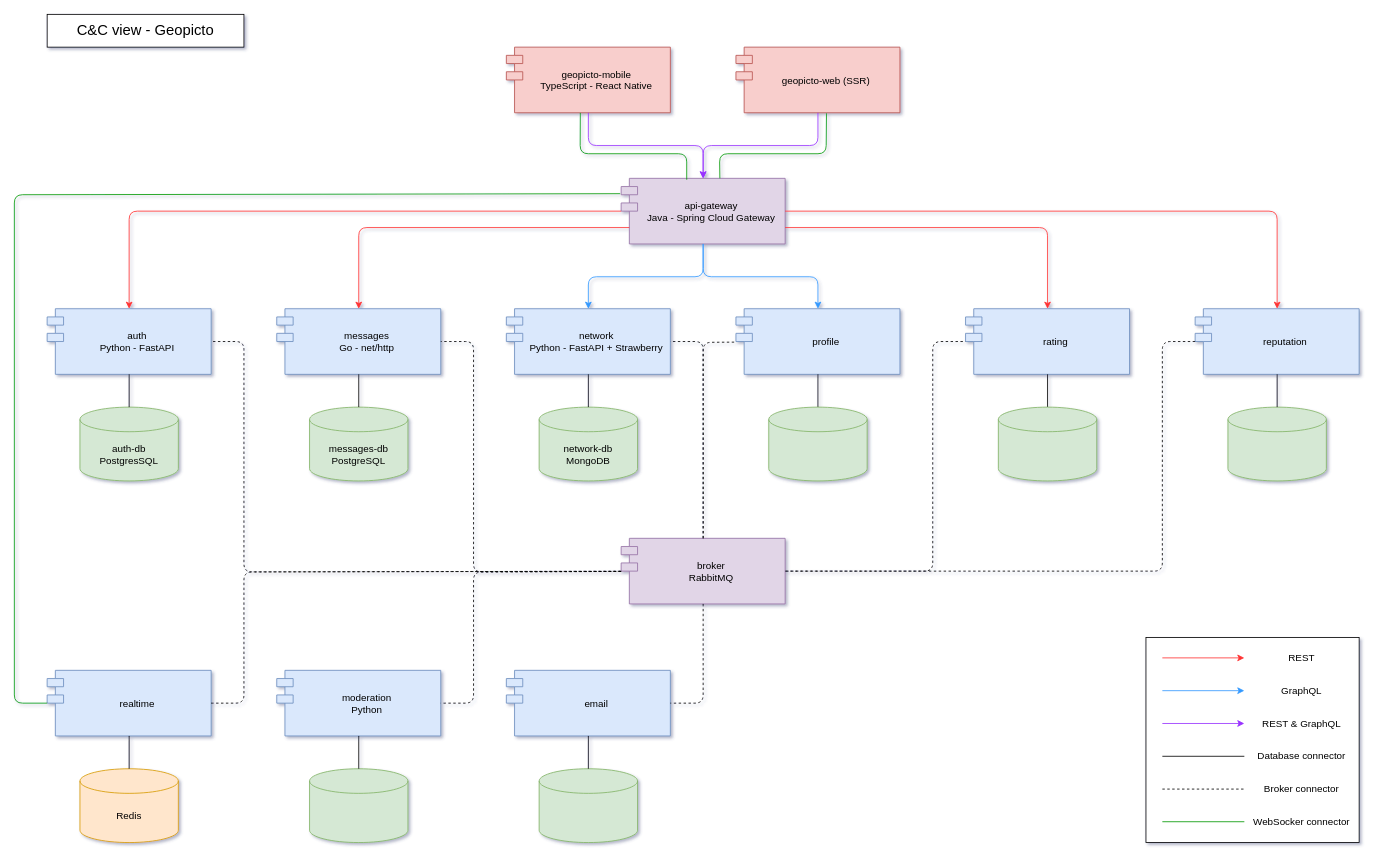
jumedinaca/swarch-project keeps this draw.io diagram as docs/diagrams/editables/C&C view.drawio. Above is the earlier version. Source tidied: cells renumbered, new cells numbered last; positions are measured from the earlier drawing's top-left corner, leaving out a move shared by most shapes. Both pictures are drawn from the tidied source at 82%, with x=0, y=0 at pixel (14, 14).
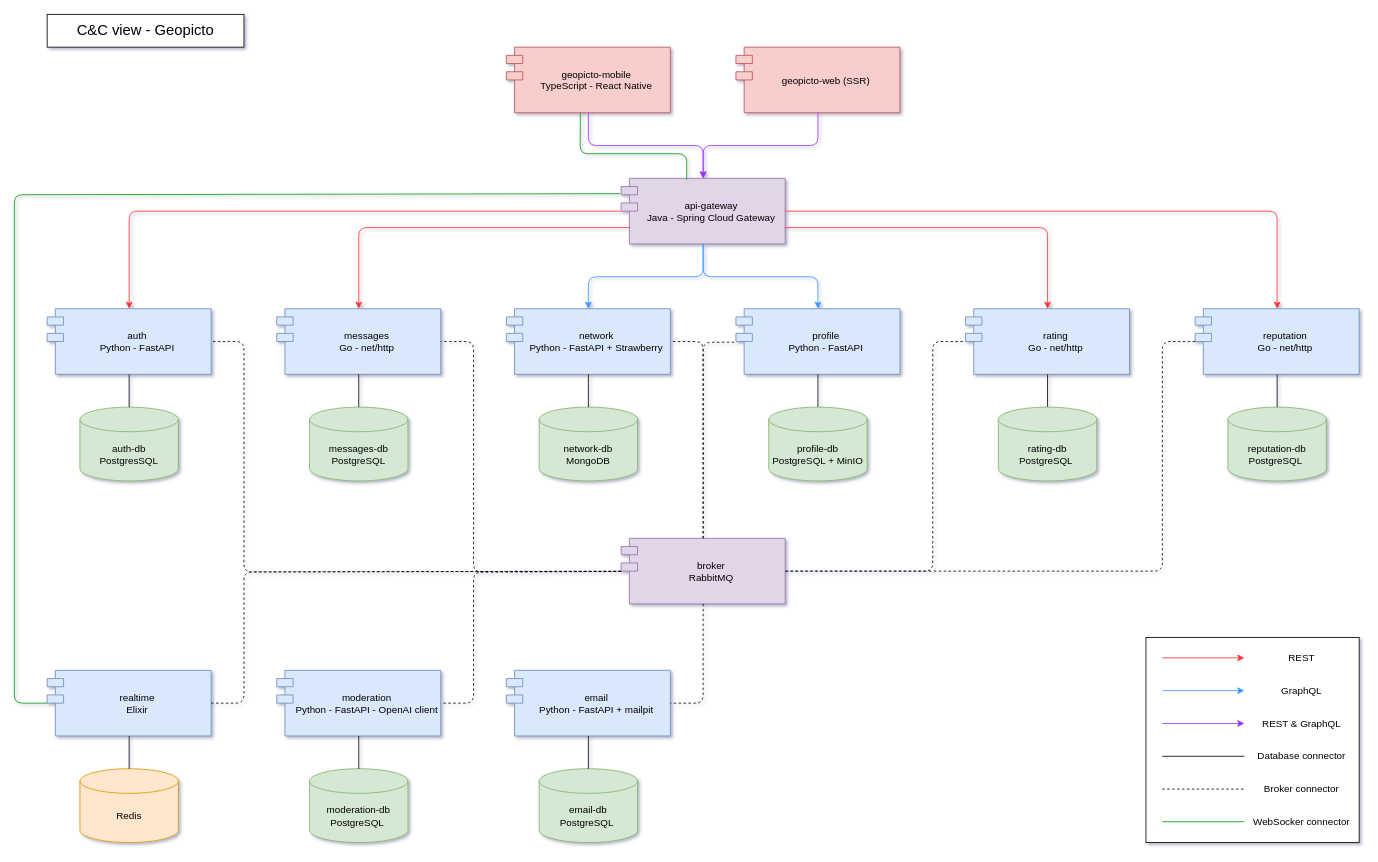
After the change.

The change refers to these unchanged cells:
```xml
<mxCell id="4" value="api-gateway&#10;Java - Spring Cloud Gateway" style="shape=module;align=left;spacingLeft=20;align=center;verticalAlign=middle;strokeWidth=1;fillColor=#e1d5e7;strokeColor=#9673a6;fillStyle=auto;" parent="1" vertex="1">
  <mxGeometry x="740" y="200" width="200" height="80" as="geometry" />
</mxCell>
<mxCell id="23" value="geopicto-web (SSR)" style="shape=module;align=left;spacingLeft=20;align=center;verticalAlign=middle;strokeWidth=1;fillColor=#f8cecc;strokeColor=#b85450;" parent="1" vertex="1">
  <mxGeometry x="880" y="40" width="200" height="80" as="geometry" />
</mxCell>
```

What changed in the source:
```diff
@@
-    <mxCell id="15" value="moderation&#10;Python" style="shape=module;align=left;spacingLeft=20;align=center;verticalAlign=middle;strokeWidth=1;fillColor=#dae8fc;strokeColor=#6c8ebf;" parent="1" vertex="1">
+    <mxCell id="15" value="moderation&#10;Python - FastAPI - OpenAI client" style="shape=module;align=left;spacingLeft=20;align=center;verticalAlign=middle;strokeWidth=1;fillColor=#dae8fc;strokeColor=#6c8ebf;" parent="1" vertex="1">
       <mxGeometry x="320" y="800" width="200" height="80" as="geometry" />
     </mxCell>
-    <mxCell id="16" value="profile" style="shape=module;align=left;spacingLeft=20;align=center;verticalAlign=middle;strokeWidth=1;fillColor=#dae8fc;strokeColor=#6c8ebf;" parent="1" vertex="1">
+    <mxCell id="16" value="profile&#10;Python - FastAPI" style="shape=module;align=left;spacingLeft=20;align=center;verticalAlign=middle;strokeWidth=1;fillColor=#dae8fc;strokeColor=#6c8ebf;" parent="1" vertex="1">
       <mxGeometry x="880" y="359" width="200" height="80" as="geometry" />
     </mxCell>
@@
-    <mxCell id="18" style="shape=cylinder3;whiteSpace=wrap;html=1;boundedLbl=1;backgroundOutline=1;size=15;strokeWidth=1;fillColor=#d5e8d4;strokeColor=#82b366;" parent="1" vertex="1">
+    <mxCell id="18" value="profile-db&lt;br&gt;PostgreSQL + MinIO" style="shape=cylinder3;whiteSpace=wrap;html=1;boundedLbl=1;backgroundOutline=1;size=15;strokeWidth=1;fillColor=#d5e8d4;strokeColor=#82b366;" parent="1" vertex="1">
       <mxGeometry x="920" y="479" width="120" height="90" as="geometry" />
     </mxCell>
-    <mxCell id="19" value="rating" style="shape=module;align=left;spacingLeft=20;align=center;verticalAlign=middle;strokeWidth=1;fillColor=#dae8fc;strokeColor=#6c8ebf;" parent="1" vertex="1">
+    <mxCell id="19" value="rating&#10;Go - net/http" style="shape=module;align=left;spacingLeft=20;align=center;verticalAlign=middle;strokeWidth=1;fillColor=#dae8fc;strokeColor=#6c8ebf;" parent="1" vertex="1">
       <mxGeometry x="1160" y="359" width="200" height="80" as="geometry" />
     </mxCell>
@@
-    <mxCell id="21" style="shape=cylinder3;whiteSpace=wrap;html=1;boundedLbl=1;backgroundOutline=1;size=15;strokeWidth=1;fillColor=#d5e8d4;strokeColor=#82b366;" parent="1" vertex="1">
+    <mxCell id="21" value="rating-db&lt;br&gt;PostgreSQL&amp;nbsp;" style="shape=cylinder3;whiteSpace=wrap;html=1;boundedLbl=1;backgroundOutline=1;size=15;strokeWidth=1;fillColor=#d5e8d4;strokeColor=#82b366;" parent="1" vertex="1">
       <mxGeometry x="1200" y="479" width="120" height="90" as="geometry" />
     </mxCell>
-    <mxCell id="22" value="realtime" style="shape=module;align=left;spacingLeft=20;align=center;verticalAlign=middle;strokeWidth=1;fillColor=#dae8fc;strokeColor=#6c8ebf;fillStyle=auto;" parent="1" vertex="1">
+    <mxCell id="22" value="realtime&#10;Elixir" style="shape=module;align=left;spacingLeft=20;align=center;verticalAlign=middle;strokeWidth=1;fillColor=#dae8fc;strokeColor=#6c8ebf;fillStyle=auto;" parent="1" vertex="1">
       <mxGeometry x="40" y="800" width="200" height="80" as="geometry" />
     </mxCell>
@@
-    <mxCell id="24" value="email" style="shape=module;align=left;spacingLeft=20;align=center;verticalAlign=middle;strokeWidth=1;fillColor=#dae8fc;strokeColor=#6c8ebf;" parent="1" vertex="1">
+    <mxCell id="24" value="email&#10;Python - FastAPI + mailpit" style="shape=module;align=left;spacingLeft=20;align=center;verticalAlign=middle;strokeWidth=1;fillColor=#dae8fc;strokeColor=#6c8ebf;" parent="1" vertex="1">
       <mxGeometry x="600" y="800" width="200" height="80" as="geometry" />
     </mxCell>
-    <mxCell id="25" value="reputation" style="shape=module;align=left;spacingLeft=20;align=center;verticalAlign=middle;strokeWidth=1;fillColor=#dae8fc;strokeColor=#6c8ebf;" parent="1" vertex="1">
+    <mxCell id="25" value="reputation&#10;Go - net/http" style="shape=module;align=left;spacingLeft=20;align=center;verticalAlign=middle;strokeWidth=1;fillColor=#dae8fc;strokeColor=#6c8ebf;" parent="1" vertex="1">
       <mxGeometry x="1440" y="359" width="200" height="80" as="geometry" />
     </mxCell>
@@
-    <mxCell id="32" style="shape=cylinder3;whiteSpace=wrap;html=1;boundedLbl=1;backgroundOutline=1;size=15;strokeWidth=1;fillColor=#d5e8d4;strokeColor=#82b366;" parent="1" vertex="1">
+    <mxCell id="32" value="reputation-db&lt;br&gt;PostgreSQL&amp;nbsp;" style="shape=cylinder3;whiteSpace=wrap;html=1;boundedLbl=1;backgroundOutline=1;size=15;strokeWidth=1;fillColor=#d5e8d4;strokeColor=#82b366;" parent="1" vertex="1">
       <mxGeometry x="1480" y="479" width="120" height="90" as="geometry" />
     </mxCell>
@@
-    <mxCell id="44" style="shape=cylinder3;whiteSpace=wrap;html=1;boundedLbl=1;backgroundOutline=1;size=15;strokeWidth=1;fillColor=#d5e8d4;strokeColor=#82b366;" parent="1" vertex="1">
+    <mxCell id="44" value="moderation-db&lt;br&gt;PostgreSQL&amp;nbsp;" style="shape=cylinder3;whiteSpace=wrap;html=1;boundedLbl=1;backgroundOutline=1;size=15;strokeWidth=1;fillColor=#d5e8d4;strokeColor=#82b366;" parent="1" vertex="1">
       <mxGeometry x="360" y="920" width="120" height="90" as="geometry" />
     </mxCell>
-    <mxCell id="45" style="shape=cylinder3;whiteSpace=wrap;html=1;boundedLbl=1;backgroundOutline=1;size=15;strokeWidth=1;fillColor=#d5e8d4;strokeColor=#82b366;" parent="1" vertex="1">
+    <mxCell id="45" value="email-db&lt;br&gt;PostgreSQL&amp;nbsp;" style="shape=cylinder3;whiteSpace=wrap;html=1;boundedLbl=1;backgroundOutline=1;size=15;strokeWidth=1;fillColor=#d5e8d4;strokeColor=#82b366;" parent="1" vertex="1">
       <mxGeometry x="640" y="920" width="120" height="90" as="geometry" />
     </mxCell>
@@
-    <mxCell id="65" style="endArrow=none;html=1;strokeWidth=1;rounded=1;strokeColor=#009900;fontSize=18;entryX=0.552;entryY=1.009;entryDx=0;entryDy=0;entryPerimeter=0;exitX=0.602;exitY=0;exitDx=0;exitDy=0;exitPerimeter=0;" parent="1" edge="1" source="4" target="23">
-      <mxGeometry relative="1" as="geometry">
-        <Array as="points">
-          <mxPoint x="860" y="170" />
-          <mxPoint x="990" y="170" />
-        </Array>
-      </mxGeometry>
-    </mxCell>
```
